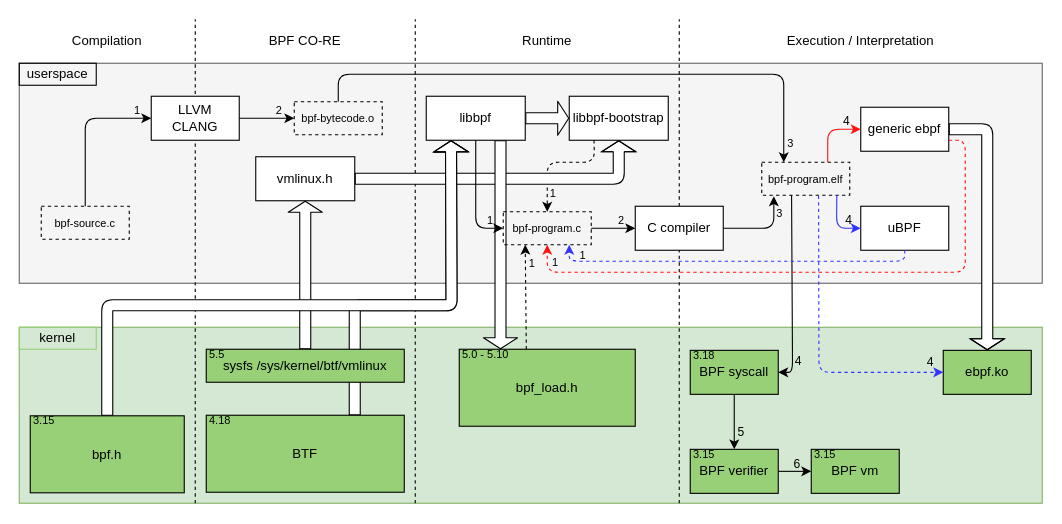
Earlier version of the draw.io diagram documentation/resources/drawio/bpf-landscape.drawio (Dantali0n/OpenCSD). Source tidied: cells renumbered, new cells numbered last; positions are measured from the earlier drawing's top-left corner, leaving out a move shared by most shapes. Both pictures are drawn from the tidied source at 110%, with x=0, y=0 at pixel (19, 19).
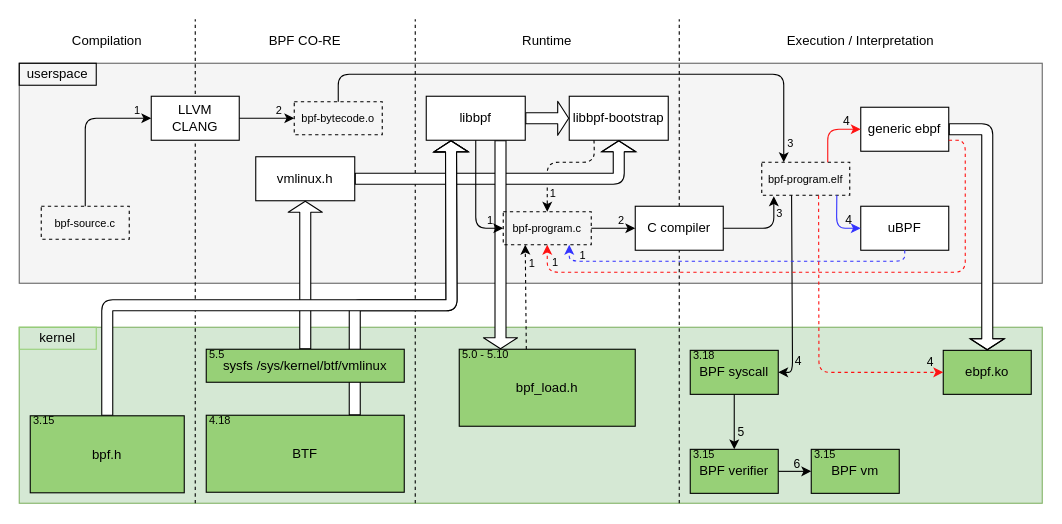
After the change.

Commit message (it also covers changes not shown here):
Thorough explanation of BPF landscape figure

Unchanged cells that the change refers to:
```xml
<mxCell id="60" value="bpf-program.elf" style="rounded=0;whiteSpace=wrap;html=1;strokeColor=#000000;fillColor=none;gradientColor=none;fontSize=10;align=center;dashed=1;" parent="1" vertex="1">
  <mxGeometry x="675" y="130" width="80" height="30" as="geometry" />
</mxCell>
<mxCell id="90" value="ebpf.ko" style="rounded=0;whiteSpace=wrap;html=1;fillColor=#97D077;" parent="89" vertex="1">
  <mxGeometry width="80" height="40" as="geometry" />
</mxCell>
```

The edit, as a diff of the source:
```diff
@@
-    <mxCell id="91" style="endArrow=classic;html=1;fillColor=#ffffff;fontSize=10;exitX=0.646;exitY=1.011;exitDx=0;exitDy=0;exitPerimeter=0;entryX=0;entryY=0.5;entryDx=0;entryDy=0;strokeColor=#3333FF;dashed=1;" parent="1" edge="1" source="60" target="90">
+    <mxCell id="91" style="endArrow=classic;html=1;fillColor=#ffffff;fontSize=10;exitX=0.646;exitY=1.011;exitDx=0;exitDy=0;exitPerimeter=0;entryX=0;entryY=0.5;entryDx=0;entryDy=0;dashed=1;strokeColor=#FF1212;" parent="1" edge="1" source="60" target="90">
       <mxGeometry relative="1" as="geometry">
         <Array as="points">
           <mxPoint x="727" y="321" />
         </Array>
       </mxGeometry>
     </mxCell>
```
